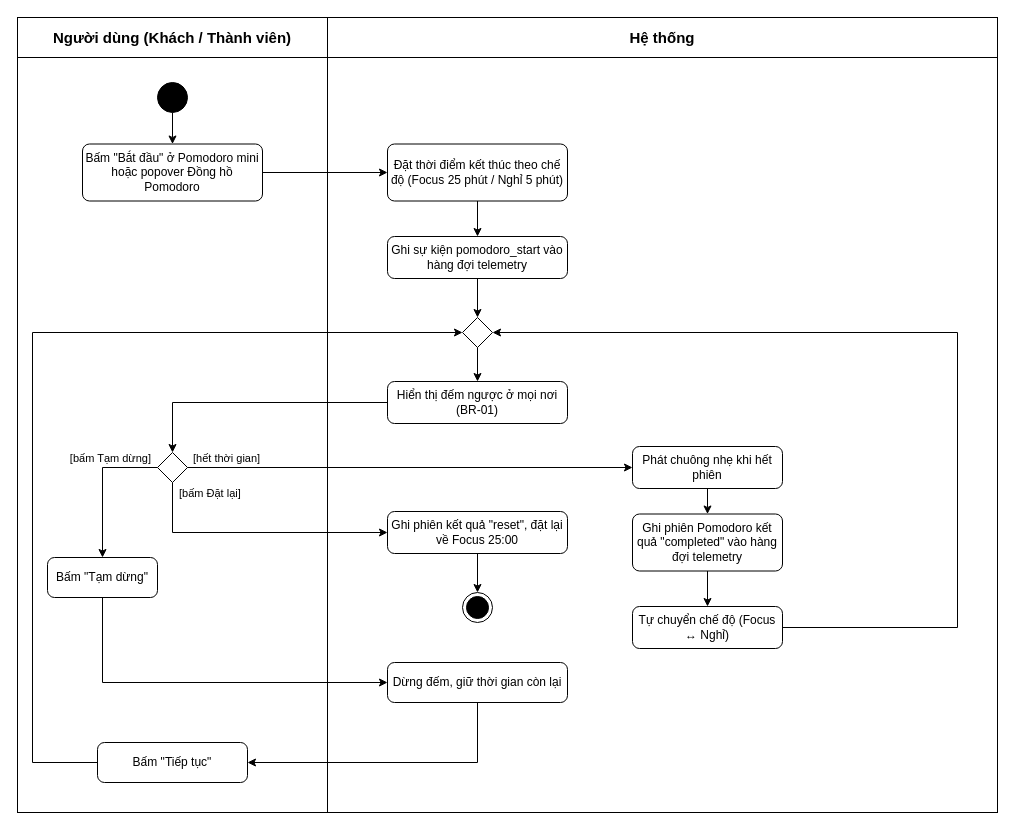
CaoLePhucThinh2203/FocuSpace keeps this draw.io diagram as page "A5" (6 of 29) of docs/analysis/FocuSpace_Diagrams.drawio. Above is the earlier version. Source tidied: cells renumbered, new cells numbered last; positions are measured from the earlier drawing's top-left corner, leaving out a move shared by most shapes. Both pictures are drawn from the tidied source at 100%, with x=0, y=0 at pixel (17, 17).
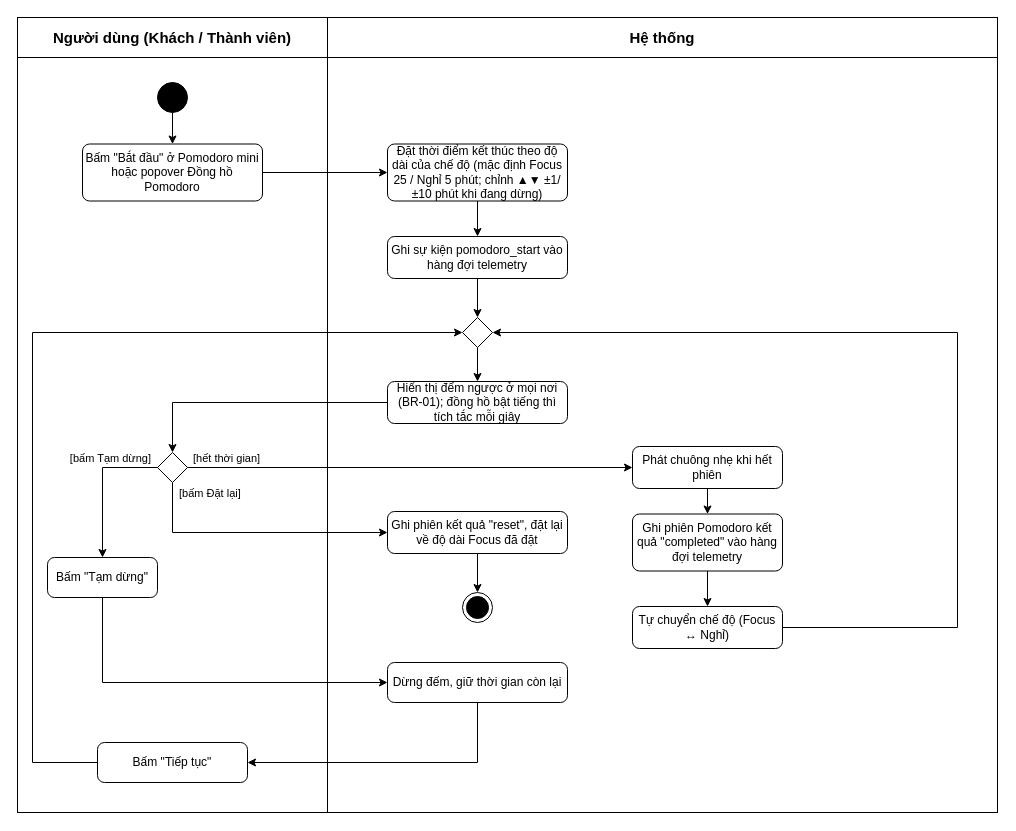
After the change.

Commit message (it also covers changes not shown here):
docs(prd,diagrams): cập nhật FR, AC theo hành vi mới của Căn phòng và trang chủ

PRD: sửa tính năng A, C, F, G, H, J và các FR liên quan; sửa AC-02.1, 03.1, 04.1, 05.3, 05.4, 06.1, 12.4; thêm AC-01.5, 03.5, 05.5, 05.6, 06.3, 12.5, 12.6.

drawio: S5 thêm khung opt chỉnh giờ; S6, A5, A6 cập nhật chữ; HenGioNgu.chinhGio(), BoDemPomodoro.chinhThoiLuong().

What changed in the source:
```diff
@@
-    <mxCell id="5" value="Đặt thời điểm kết thúc theo chế độ (Focus 25 phút / Nghỉ 5 phút)" style="html=1;align=center;verticalAlign=middle;rounded=1;absoluteArcSize=1;arcSize=14;dashed=0;whiteSpace=wrap;fontSize=12;" parent="1" vertex="1">
+    <mxCell id="5" value="Đặt thời điểm kết thúc theo độ dài của chế độ (mặc định Focus 25 / Nghỉ 5 phút; chỉnh ▲▼ ±1/±10 phút khi đang dừng)" style="html=1;align=center;verticalAlign=middle;rounded=1;absoluteArcSize=1;arcSize=14;dashed=0;whiteSpace=wrap;fontSize=12;" parent="1" vertex="1">
       <mxGeometry x="370" y="126.5" width="180" height="57" as="geometry" />
     </mxCell>
@@
-    <mxCell id="8" value="Hiển thị đếm ngược ở mọi nơi (BR-01)" style="html=1;align=center;verticalAlign=middle;rounded=1;absoluteArcSize=1;arcSize=14;dashed=0;whiteSpace=wrap;fontSize=12;" parent="1" vertex="1">
+    <mxCell id="8" value="Hiển thị đếm ngược ở mọi nơi (BR-01); đồng hồ bật tiếng thì tích tắc mỗi giây" style="html=1;align=center;verticalAlign=middle;rounded=1;absoluteArcSize=1;arcSize=14;dashed=0;whiteSpace=wrap;fontSize=12;" parent="1" vertex="1">
       <mxGeometry x="370" y="364" width="180" height="42" as="geometry" />
     </mxCell>
@@
-    <mxCell id="13" value="Ghi phiên kết quả &quot;reset&quot;, đặt lại về Focus 25:00" style="html=1;align=center;verticalAlign=middle;rounded=1;absoluteArcSize=1;arcSize=14;dashed=0;whiteSpace=wrap;fontSize=12;" parent="1" vertex="1">
+    <mxCell id="13" value="Ghi phiên kết quả &quot;reset&quot;, đặt lại về độ dài Focus đã đặt" style="html=1;align=center;verticalAlign=middle;rounded=1;absoluteArcSize=1;arcSize=14;dashed=0;whiteSpace=wrap;fontSize=12;" parent="1" vertex="1">
       <mxGeometry x="370" y="494" width="180" height="42" as="geometry" />
     </mxCell>
```
